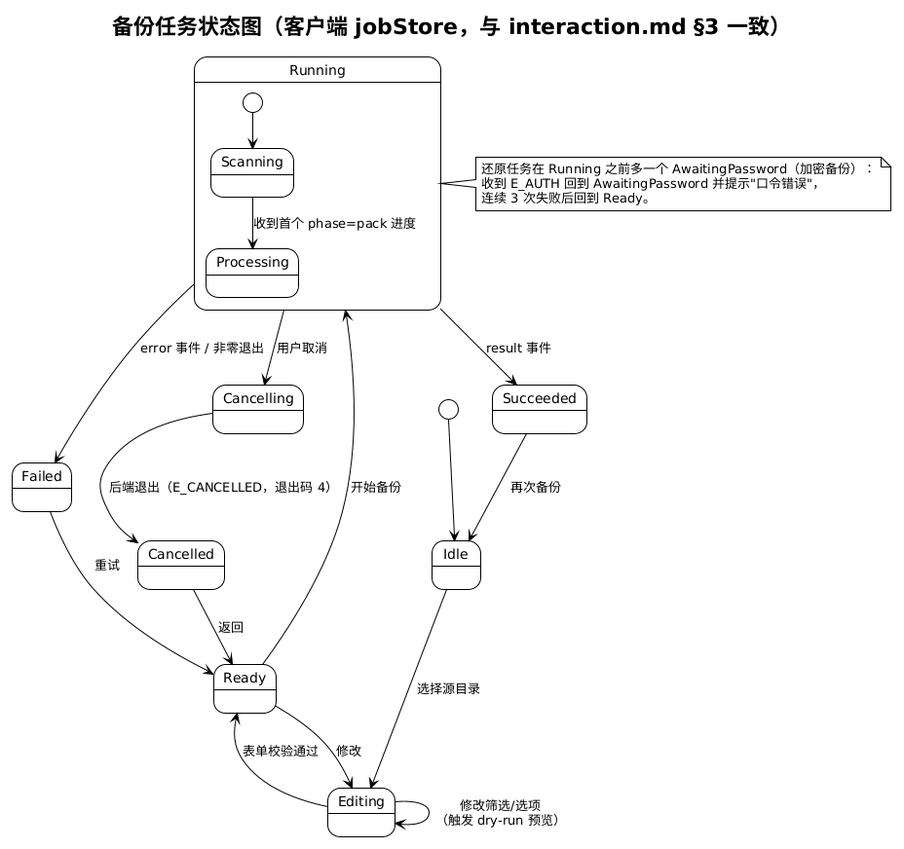
Piaoxuemoli/software-class-qoobeewang keeps this PlantUML diagram as docs/deliverables/diagrams/state-backup-job.png. Above is the earlier version.
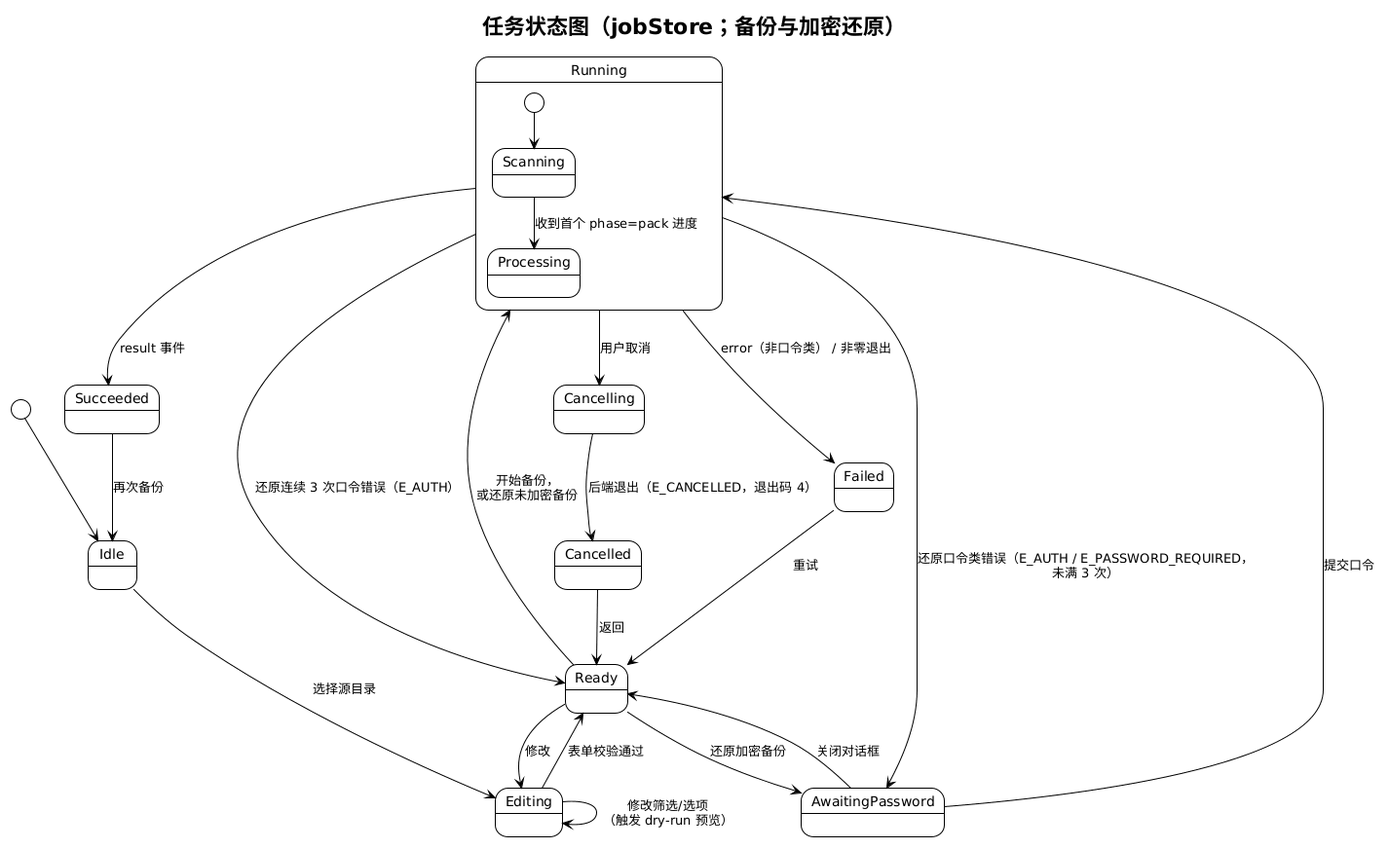
After the change.

Change to the diagram source:
```diff
@@ -1,13 +1,16 @@
 @startuml state-backup-job
 !theme plain
-title 备份任务状态图（客户端 jobStore，与 interaction.md §3 一致）
+title 任务状态图（jobStore；备份与加密还原）
 
 [*] --> Idle
 Idle --> Editing : 选择源目录
 Editing --> Editing : 修改筛选/选项\n（触发 dry-run 预览）
 Editing --> Ready : 表单校验通过
 Ready --> Editing : 修改
-Ready --> Running : 开始备份
+Ready --> Running : 开始备份，\n或还原未加密备份
+Ready --> AwaitingPassword : 还原加密备份
+AwaitingPassword --> Running : 提交口令
+AwaitingPassword --> Ready : 关闭对话框
 
 state Running {
   [*] --> Scanning
@@ -16,14 +19,10 @@
 Running --> Cancelling : 用户取消
 Cancelling --> Cancelled : 后端退出（E_CANCELLED，退出码 4）
 Running --> Succeeded : result 事件
-Running --> Failed : error 事件 / 非零退出
+Running --> Failed : error（非口令类） / 非零退出
+Running --> AwaitingPassword : 还原口令类错误（E_AUTH / E_PASSWORD_REQUIRED，\n未满 3 次）
+Running --> Ready : 还原连续 3 次口令错误（E_AUTH）
 Succeeded --> Idle : 再次备份
 Failed --> Ready : 重试
 Cancelled --> Ready : 返回
-
-note right of Running
-  还原任务在 Running 之前多一个 AwaitingPassword（加密备份）：
-  收到 E_AUTH 回到 AwaitingPassword 并提示"口令错误"，
-  连续 3 次失败后回到 Ready。
-end note
 @enduml
```
